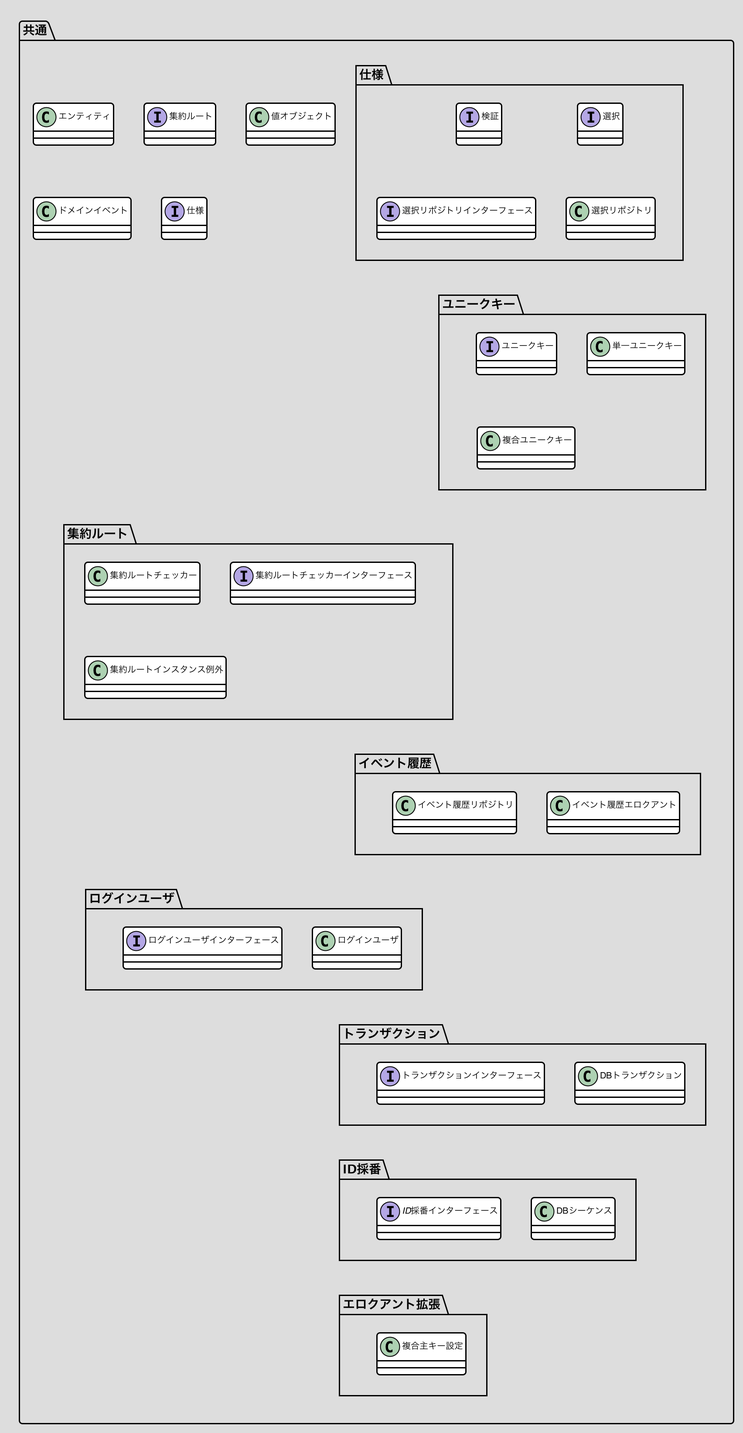
The PlantUML diagram docs/画像/共通.png in nomura-kainos/japanese-ddd-sample, before a commit.
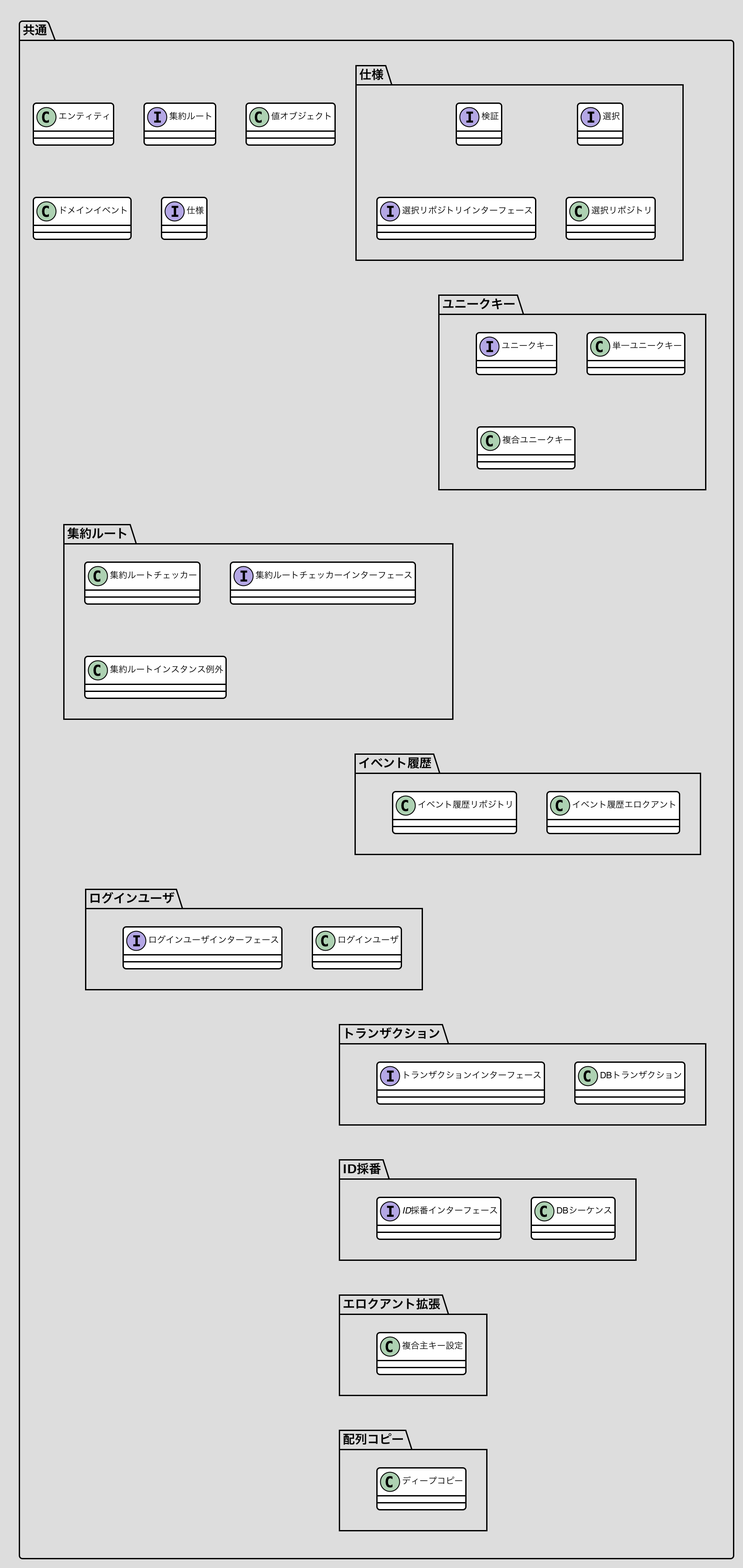
Later version of the same file.

Change to the diagram source:
```diff
@@ -57,6 +57,7 @@
 ログインユーザ -[hidden]-> トランザクション
 トランザクション -[hidden]-> ID採番
 ID採番 -[hidden]-> エロクアント拡張
+エロクアント拡張 -[hidden]-> 配列コピー
 
 package 共通 <<Folder>> {
   class エンティティ
@@ -99,5 +100,8 @@
   package エロクアント拡張 {
    class 複合主キー設定
   }
+  package 配列コピー {
+   class ディープコピー
+  }
 }
 @enduml
```
